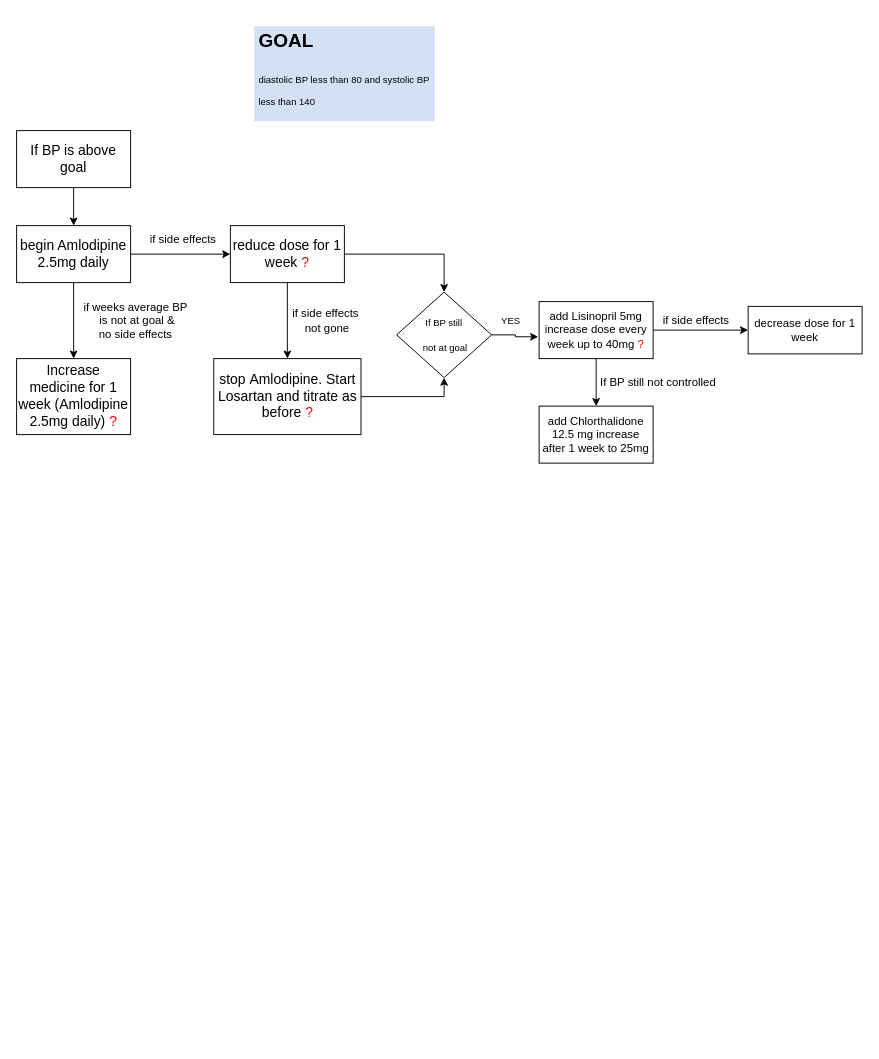
This is Untitled Diagram.drawio from sakshibhatiaVE/qrw, a draw.io file, before an edit. Source tidied: cells renumbered, new cells numbered last; positions are measured from the earlier drawing's top-left corner, leaving out a move shared by most shapes. Both pictures are drawn from the tidied source at 95%, with x=0, y=0 at pixel (16, 26).
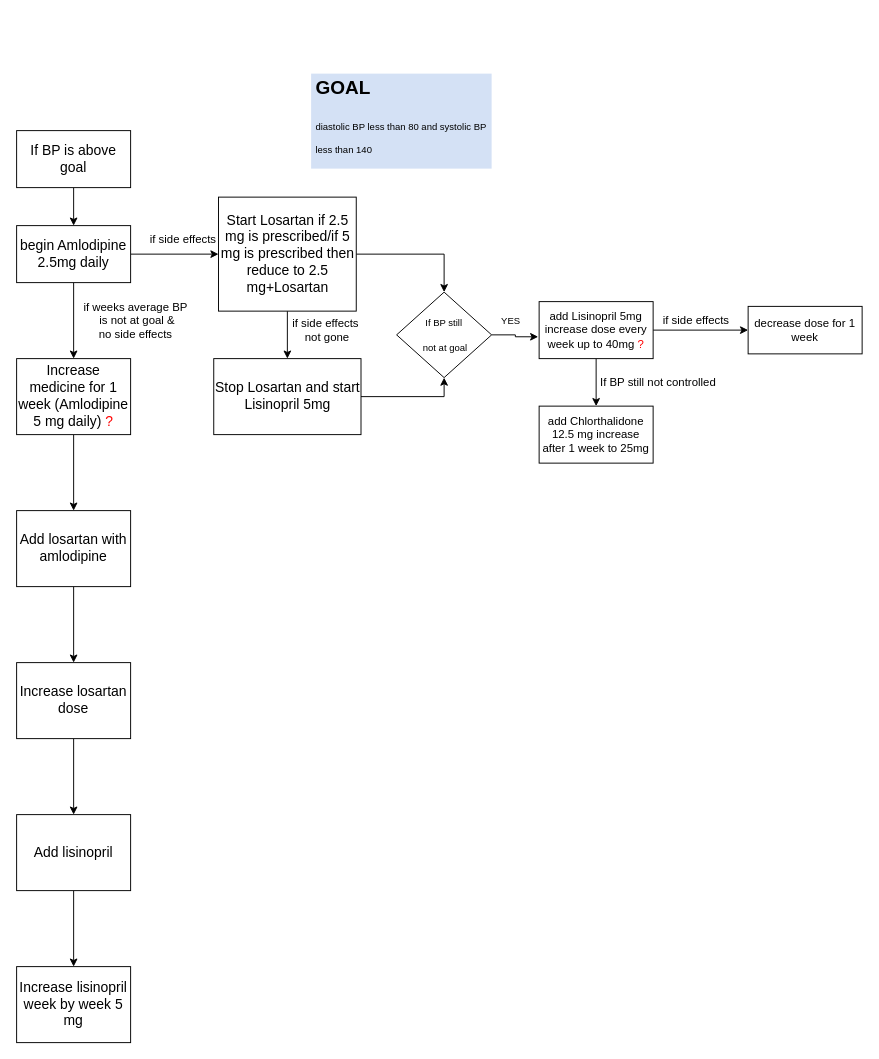
The same diagram, later.

Change to the diagram source:
```diff
@@
+    <mxCell id="27" style="edgeStyle=orthogonalEdgeStyle;rounded=0;jettySize=auto;html=1;" parent="1" edge="1" source="7" target="29">
+      <mxGeometry relative="1" as="geometry" />
+    </mxCell>
-    <mxCell id="7" value="&lt;p class=&quot;MsoNormal&quot;&gt;&lt;span style=&quot;mso-spacerun:'yes';font-family:Arial;font-size:11.0000pt;&quot; dir=&quot;LTR&quot;&gt;Increase medicine for 1 week (Amlodipine 2.5mg daily) &lt;font color=&quot;#ff0000&quot;&gt;?&lt;/font&gt;&lt;/span&gt;&lt;/p&gt;" style="rounded=0;whiteSpace=wrap;html=1;" parent="1" vertex="1">
+    <mxCell id="7" value="&lt;p class=&quot;MsoNormal&quot;&gt;&lt;span style=&quot;mso-spacerun:'yes';font-family:Arial;font-size:11.0000pt;&quot; dir=&quot;LTR&quot;&gt;Increase medicine for 1 week (Amlodipine 5 mg daily) &lt;font color=&quot;#ff0000&quot;&gt;?&lt;/font&gt;&lt;/span&gt;&lt;/p&gt;" style="rounded=0;whiteSpace=wrap;html=1;" parent="1" vertex="1">
       <mxGeometry y="350" width="120" height="80" as="geometry" />
     </mxCell>
@@
-    <mxCell id="11" value="&lt;p class=&quot;MsoNormal&quot;&gt;&lt;span style=&quot;mso-spacerun:'yes';font-family:Arial;font-size:11.0000pt;&quot; dir=&quot;LTR&quot;&gt;reduce dose for 1 week &lt;font color=&quot;#ff0000&quot;&gt;?&lt;/font&gt;&lt;/span&gt;&lt;/p&gt;" style="rounded=0;whiteSpace=wrap;html=1;" parent="1" vertex="1">
-      <mxGeometry x="225" y="210" width="120" height="60" as="geometry" />
+    <mxCell id="11" value="&lt;p class=&quot;MsoNormal&quot;&gt;&lt;font face=&quot;Arial&quot;&gt;&lt;span style=&quot;font-size: 14.6667px;&quot;&gt;Start Losartan if 2.5 mg is prescribed/if 5 mg is prescribed then reduce to 2.5 mg+Losartan&lt;/span&gt;&lt;/font&gt;&lt;/p&gt;" style="rounded=0;whiteSpace=wrap;html=1;" parent="1" vertex="1">
+      <mxGeometry x="212.5" y="180" width="145" height="120" as="geometry" />
     </mxCell>
@@
-    <mxCell id="14" value="&lt;p class=&quot;MsoNormal&quot;&gt;&lt;font face=&quot;Arial&quot;&gt;&lt;span style=&quot;font-size: 14.6667px;&quot;&gt;stop&amp;nbsp;&lt;/span&gt;&lt;/font&gt;&lt;span style=&quot;font-size: 14.6667px; font-family: Arial; background-color: initial;&quot;&gt;Amlodipine. Start Losartan and titrate as before &lt;font color=&quot;#ff0000&quot;&gt;?&lt;/font&gt;&lt;/span&gt;&lt;/p&gt;" style="rounded=0;whiteSpace=wrap;html=1;" parent="1" vertex="1">
+    <mxCell id="14" value="&lt;p class=&quot;MsoNormal&quot;&gt;&lt;span style=&quot;font-size: 14.6667px; font-family: Arial; background-color: initial;&quot;&gt;Stop Losartan and start Lisinopril 5mg&lt;/span&gt;&lt;/p&gt;" style="rounded=0;whiteSpace=wrap;html=1;" parent="1" vertex="1">
       <mxGeometry x="207.5" y="350" width="155" height="80" as="geometry" />
     </mxCell>
     <mxCell id="15" value="if side effects&lt;br&gt;&amp;nbsp;not gone" style="text;html=1;align=center;verticalAlign=middle;strokeColor=none;fillColor=none;" parent="1" vertex="1">
-      <mxGeometry x="280" y="290" width="90" height="40" as="geometry" />
+      <mxGeometry x="280" y="300" width="90" height="40" as="geometry" />
     </mxCell>
@@
     <mxCell id="22" value="&lt;h1&gt;&lt;span style=&quot;background-color: initial;&quot;&gt;GOAL&lt;/span&gt;&lt;/h1&gt;&lt;h1&gt;&lt;span style=&quot;font-size: 10px; font-weight: 400;&quot;&gt;diastolic BP less than 80 and systolic BP less than 140&lt;/span&gt;&lt;br&gt;&lt;/h1&gt;" style="text;html=1;strokeColor=none;fillColor=#D4E1F5;spacing=5;spacingTop=-20;whiteSpace=wrap;overflow=hidden;rounded=0;fontSize=10;" parent="1" vertex="1">
-      <mxGeometry x="250" width="190" height="100" as="geometry" />
+      <mxGeometry x="310" y="50" width="190" height="100" as="geometry" />
     </mxCell>
@@
+    <mxCell id="28" style="edgeStyle=orthogonalEdgeStyle;rounded=0;jettySize=auto;html=1;" parent="1" edge="1" source="29" target="31">
+      <mxGeometry relative="1" as="geometry" />
+    </mxCell>
+    <mxCell id="29" value="&lt;p class=&quot;MsoNormal&quot;&gt;&lt;font face=&quot;Arial&quot;&gt;&lt;span style=&quot;font-size: 14.6667px;&quot;&gt;Add losartan with amlodipine&lt;/span&gt;&lt;/font&gt;&lt;/p&gt;" style="rounded=0;whiteSpace=wrap;html=1;" parent="1" vertex="1">
+      <mxGeometry y="510" width="120" height="80" as="geometry" />
+    </mxCell>
+    <mxCell id="30" style="edgeStyle=orthogonalEdgeStyle;rounded=0;jettySize=auto;html=1;" parent="1" edge="1" source="31" target="33">
+      <mxGeometry relative="1" as="geometry" />
+    </mxCell>
+    <mxCell id="31" value="&lt;p class=&quot;MsoNormal&quot;&gt;&lt;font face=&quot;Arial&quot;&gt;&lt;span style=&quot;font-size: 14.6667px;&quot;&gt;Increase losartan dose&lt;/span&gt;&lt;/font&gt;&lt;/p&gt;" style="rounded=0;whiteSpace=wrap;html=1;" parent="1" vertex="1">
+      <mxGeometry y="670" width="120" height="80" as="geometry" />
+    </mxCell>
+    <mxCell id="32" style="edgeStyle=orthogonalEdgeStyle;rounded=0;jettySize=auto;html=1;" parent="1" edge="1" source="33" target="34">
+      <mxGeometry relative="1" as="geometry" />
+    </mxCell>
+    <mxCell id="33" value="&lt;p class=&quot;MsoNormal&quot;&gt;&lt;font face=&quot;Arial&quot;&gt;&lt;span style=&quot;font-size: 14.6667px;&quot;&gt;Add lisinopril&lt;/span&gt;&lt;/font&gt;&lt;/p&gt;" style="rounded=0;whiteSpace=wrap;html=1;" parent="1" vertex="1">
+      <mxGeometry y="830" width="120" height="80" as="geometry" />
+    </mxCell>
+    <mxCell id="34" value="&lt;p class=&quot;MsoNormal&quot;&gt;&lt;font face=&quot;Arial&quot;&gt;&lt;span style=&quot;font-size: 14.6667px;&quot;&gt;Increase lisinopril week by week 5 mg&lt;/span&gt;&lt;/font&gt;&lt;/p&gt;" style="rounded=0;whiteSpace=wrap;html=1;" parent="1" vertex="1">
+      <mxGeometry y="990" width="120" height="80" as="geometry" />
+    </mxCell>
```
